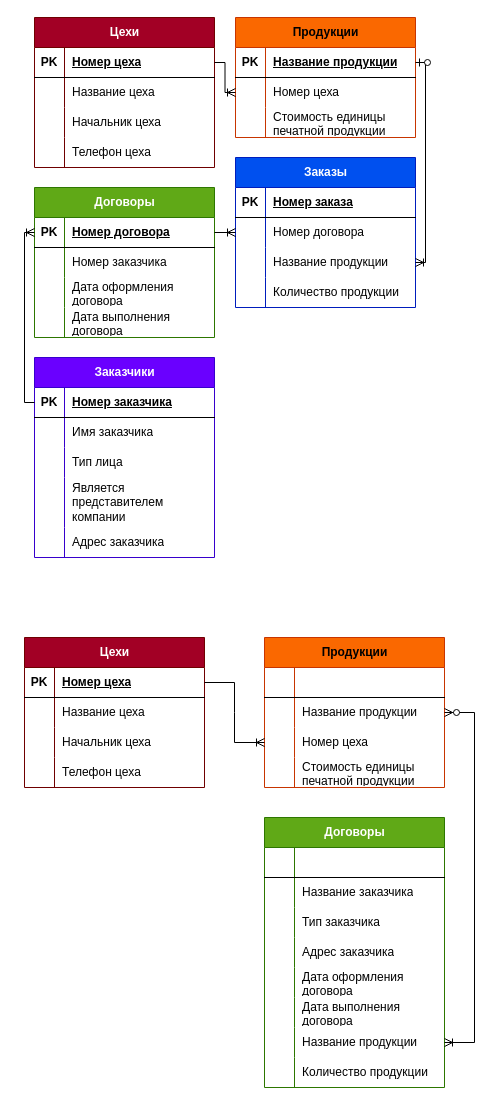
This is БД 6 сем диаграммы связей.drawio from Sandwich9976/API-s, a draw.io file, before an edit. Source tidied: cells renumbered, new cells numbered last; positions are measured from the earlier drawing's top-left corner, leaving out a move shared by most shapes. Both pictures are drawn from the tidied source at 100%, with x=0, y=0 at pixel (24, 17).
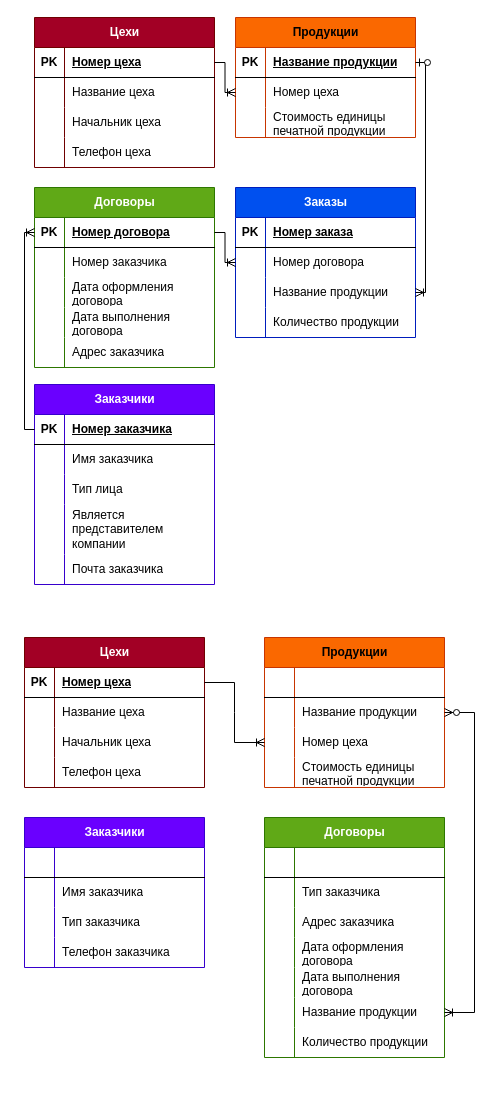
The same diagram, later.

The change refers to these unchanged cells:
```xml
<mxCell id="64" style="shape=tableRow;horizontal=0;startSize=0;swimlaneHead=0;swimlaneBody=0;fillColor=none;top=0;left=0;right=0;bottom=0;" parent="51" vertex="1">
  <mxGeometry y="170" width="180" height="30" as="geometry" />
</mxCell>
```

Diff of the diagram source:
```diff
@@
     <mxCell id="15" value="Договоры" style="shape=table;startSize=30;childLayout=tableLayout;rowLines=0;fontStyle=1;align=center;html=1;fillColor=#60a917;fontColor=#ffffff;strokeColor=#2D7600;" parent="1" vertex="1">
-      <mxGeometry x="10" y="170" width="180" height="150" as="geometry" />
+      <mxGeometry x="10" y="170" width="180" height="180" as="geometry" />
     </mxCell>
@@
+    <mxCell id="124" style="shape=tableRow;horizontal=0;startSize=0;swimlaneHead=0;swimlaneBody=0;fillColor=none;top=0;left=0;right=0;bottom=0;" parent="15" vertex="1">
+      <mxGeometry y="150" width="180" height="30" as="geometry" />
+    </mxCell>
+    <mxCell id="125" style="shape=partialRectangle;fillColor=none;top=0;left=0;bottom=0;right=0;overflow=hidden;whiteSpace=wrap;html=1;" parent="124" vertex="1">
+      <mxGeometry width="30" height="30" as="geometry" />
+    </mxCell>
+    <mxCell id="126" value="Адрес заказчика" style="shape=partialRectangle;fillColor=none;top=0;left=0;bottom=0;right=0;align=left;spacingLeft=6;overflow=hidden;whiteSpace=wrap;html=1;" parent="124" vertex="1">
+      <mxGeometry x="30" width="150" height="30" as="geometry" />
+    </mxCell>
@@
     <mxCell id="38" value="Заказы" style="shape=table;startSize=30;childLayout=tableLayout;rowLines=0;fontStyle=1;align=center;html=1;fillColor=#0050ef;fontColor=#ffffff;strokeColor=#001DBC;" parent="1" vertex="1">
-      <mxGeometry x="211" y="140" width="180" height="150" as="geometry" />
+      <mxGeometry x="211" y="170" width="180" height="150" as="geometry" />
     </mxCell>
@@
     <mxCell id="51" value="Заказчики" style="shape=table;startSize=30;childLayout=tableLayout;rowLines=0;fontStyle=1;align=center;html=1;fillColor=#6a00ff;fontColor=#ffffff;strokeColor=#3700CC;" parent="1" vertex="1">
-      <mxGeometry x="10" y="340" width="180" height="200" as="geometry" />
+      <mxGeometry x="10" y="367" width="180" height="200" as="geometry" />
     </mxCell>
@@
-    <mxCell id="66" value="Адрес заказчика" style="shape=partialRectangle;fillColor=none;top=0;left=0;bottom=0;right=0;align=left;spacingLeft=6;overflow=hidden;whiteSpace=wrap;html=1;" parent="64" vertex="1">
+    <mxCell id="66" value="Почта заказчика" style="shape=partialRectangle;fillColor=none;top=0;left=0;bottom=0;right=0;align=left;spacingLeft=6;overflow=hidden;whiteSpace=wrap;html=1;" parent="64" vertex="1">
       <mxGeometry x="30" width="150" height="30" as="geometry" />
     </mxCell>
@@
     <mxCell id="84" value="Договоры" style="shape=table;startSize=30;childLayout=tableLayout;rowLines=0;fontStyle=1;align=center;html=1;fillColor=#60a917;fontColor=#ffffff;strokeColor=#2D7600;" parent="1" vertex="1">
-      <mxGeometry x="240" y="800" width="180" height="270" as="geometry" />
+      <mxGeometry x="240" y="800" width="180" height="240" as="geometry" />
     </mxCell>
@@
-    <mxCell id="88" style="shape=tableRow;horizontal=0;startSize=0;swimlaneHead=0;swimlaneBody=0;fillColor=none;top=0;left=0;right=0;bottom=0;" parent="84" vertex="1">
-      <mxGeometry y="60" width="180" height="30" as="geometry" />
-    </mxCell>
-    <mxCell id="89" style="shape=partialRectangle;fillColor=none;top=0;left=0;bottom=0;right=0;overflow=hidden;whiteSpace=wrap;html=1;" parent="88" vertex="1">
-      <mxGeometry width="30" height="30" as="geometry" />
-    </mxCell>
-    <mxCell id="90" value="Название заказчика" style="shape=partialRectangle;fillColor=none;top=0;left=0;bottom=0;right=0;align=left;spacingLeft=6;overflow=hidden;whiteSpace=wrap;html=1;" parent="88" vertex="1">
-      <mxGeometry x="30" width="150" height="30" as="geometry" />
-    </mxCell>
     <mxCell id="91" style="shape=tableRow;horizontal=0;startSize=0;swimlaneHead=0;swimlaneBody=0;fillColor=none;top=0;left=0;right=0;bottom=0;" parent="84" vertex="1">
-      <mxGeometry y="90" width="180" height="30" as="geometry" />
+      <mxGeometry y="60" width="180" height="30" as="geometry" />
     </mxCell>
@@
     <mxCell id="94" style="shape=tableRow;horizontal=0;startSize=0;swimlaneHead=0;swimlaneBody=0;fillColor=none;top=0;left=0;right=0;bottom=0;" parent="84" vertex="1">
-      <mxGeometry y="120" width="180" height="30" as="geometry" />
+      <mxGeometry y="90" width="180" height="30" as="geometry" />
     </mxCell>
@@
     <mxCell id="97" style="shape=tableRow;horizontal=0;startSize=0;swimlaneHead=0;swimlaneBody=0;fillColor=none;top=0;left=0;right=0;bottom=0;" parent="84" vertex="1">
-      <mxGeometry y="150" width="180" height="30" as="geometry" />
+      <mxGeometry y="120" width="180" height="30" as="geometry" />
     </mxCell>
@@
     <mxCell id="100" style="shape=tableRow;horizontal=0;startSize=0;swimlaneHead=0;swimlaneBody=0;fillColor=none;top=0;left=0;right=0;bottom=0;" parent="84" vertex="1">
-      <mxGeometry y="180" width="180" height="30" as="geometry" />
+      <mxGeometry y="150" width="180" height="30" as="geometry" />
     </mxCell>
@@
     <mxCell id="103" style="shape=tableRow;horizontal=0;startSize=0;swimlaneHead=0;swimlaneBody=0;fillColor=none;points=[[0,0.5],[1,0.5]];portConstraint=eastwest;top=0;left=0;right=0;bottom=0;" parent="84" vertex="1">
-      <mxGeometry y="210" width="180" height="30" as="geometry" />
+      <mxGeometry y="180" width="180" height="30" as="geometry" />
     </mxCell>
@@
     <mxCell id="106" style="shape=tableRow;horizontal=0;startSize=0;swimlaneHead=0;swimlaneBody=0;fillColor=none;top=0;left=0;right=0;bottom=0;" parent="84" vertex="1">
-      <mxGeometry y="240" width="180" height="30" as="geometry" />
+      <mxGeometry y="210" width="180" height="30" as="geometry" />
     </mxCell>
@@
+    <mxCell id="127" value="Заказчики" style="shape=table;startSize=30;childLayout=tableLayout;rowLines=0;fontStyle=1;align=center;html=1;fillColor=#6a00ff;fontColor=#ffffff;strokeColor=#3700CC;" parent="1" vertex="1">
+      <mxGeometry y="800" width="180" height="150" as="geometry" />
+    </mxCell>
+    <mxCell id="128" style="shape=tableRow;horizontal=0;startSize=0;swimlaneHead=0;swimlaneBody=0;fillColor=none;top=0;left=0;right=0;bottom=1;" parent="127" vertex="1">
+      <mxGeometry y="30" width="180" height="30" as="geometry" />
+    </mxCell>
+    <mxCell id="129" style="shape=partialRectangle;fillColor=none;top=0;left=0;bottom=0;right=0;fontStyle=1;overflow=hidden;whiteSpace=wrap;html=1;" parent="128" vertex="1">
+      <mxGeometry width="30" height="30" as="geometry" />
+    </mxCell>
+    <mxCell id="130" style="shape=partialRectangle;fillColor=none;top=0;left=0;bottom=0;right=0;align=left;spacingLeft=6;fontStyle=5;overflow=hidden;whiteSpace=wrap;html=1;" parent="128" vertex="1">
+      <mxGeometry x="30" width="150" height="30" as="geometry" />
+    </mxCell>
+    <mxCell id="88" style="shape=tableRow;horizontal=0;startSize=0;swimlaneHead=0;swimlaneBody=0;fillColor=none;top=0;left=0;right=0;bottom=0;" parent="127" vertex="1">
+      <mxGeometry y="60" width="180" height="30" as="geometry" />
+    </mxCell>
+    <mxCell id="131" style="shape=partialRectangle;fillColor=none;top=0;left=0;bottom=0;right=0;overflow=hidden;whiteSpace=wrap;html=1;" parent="88" vertex="1">
+      <mxGeometry width="30" height="30" as="geometry" />
+    </mxCell>
+    <mxCell id="132" value="Имя заказчика" style="shape=partialRectangle;fillColor=none;top=0;left=0;bottom=0;right=0;align=left;spacingLeft=6;overflow=hidden;whiteSpace=wrap;html=1;" parent="88" vertex="1">
+      <mxGeometry x="30" width="150" height="30" as="geometry" />
+    </mxCell>
+    <mxCell id="133" style="shape=tableRow;horizontal=0;startSize=0;swimlaneHead=0;swimlaneBody=0;fillColor=none;top=0;left=0;right=0;bottom=0;" parent="127" vertex="1">
+      <mxGeometry y="90" width="180" height="30" as="geometry" />
+    </mxCell>
+    <mxCell id="134" style="shape=partialRectangle;fillColor=none;top=0;left=0;bottom=0;right=0;overflow=hidden;whiteSpace=wrap;html=1;" parent="133" vertex="1">
+      <mxGeometry width="30" height="30" as="geometry" />
+    </mxCell>
+    <mxCell id="135" value="Тип заказчика" style="shape=partialRectangle;fillColor=none;top=0;left=0;bottom=0;right=0;align=left;spacingLeft=6;overflow=hidden;whiteSpace=wrap;html=1;" parent="133" vertex="1">
+      <mxGeometry x="30" width="150" height="30" as="geometry" />
+    </mxCell>
+    <mxCell id="136" style="shape=tableRow;horizontal=0;startSize=0;swimlaneHead=0;swimlaneBody=0;fillColor=none;top=0;left=0;right=0;bottom=0;" parent="127" vertex="1">
+      <mxGeometry y="120" width="180" height="30" as="geometry" />
+    </mxCell>
+    <mxCell id="137" style="shape=partialRectangle;fillColor=none;top=0;left=0;bottom=0;right=0;overflow=hidden;whiteSpace=wrap;html=1;" parent="136" vertex="1">
+      <mxGeometry width="30" height="30" as="geometry" />
+    </mxCell>
+    <mxCell id="138" value="Телефон заказчика" style="shape=partialRectangle;fillColor=none;top=0;left=0;bottom=0;right=0;align=left;spacingLeft=6;overflow=hidden;whiteSpace=wrap;html=1;" parent="136" vertex="1">
+      <mxGeometry x="30" width="150" height="30" as="geometry" />
+    </mxCell>
```
